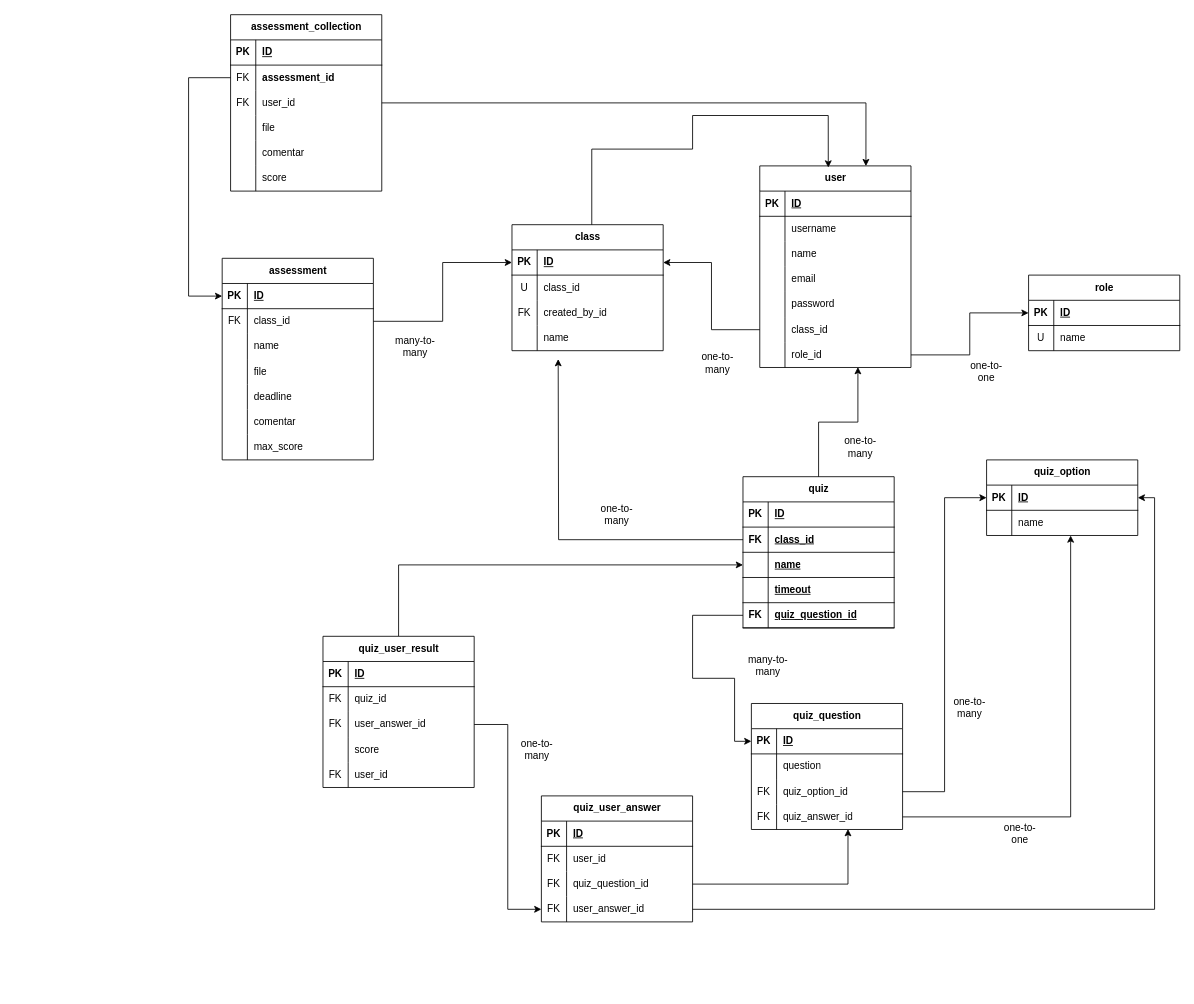
Before: docs/relationship.drawio in alf4ridzi/edukarsa, a draw.io diagram. Source tidied: cells renumbered, new cells numbered last; positions are measured from the earlier drawing's top-left corner, leaving out a move shared by most shapes. Both pictures are drawn from the tidied source at 84%, with x=0, y=0 at pixel (188, 14).
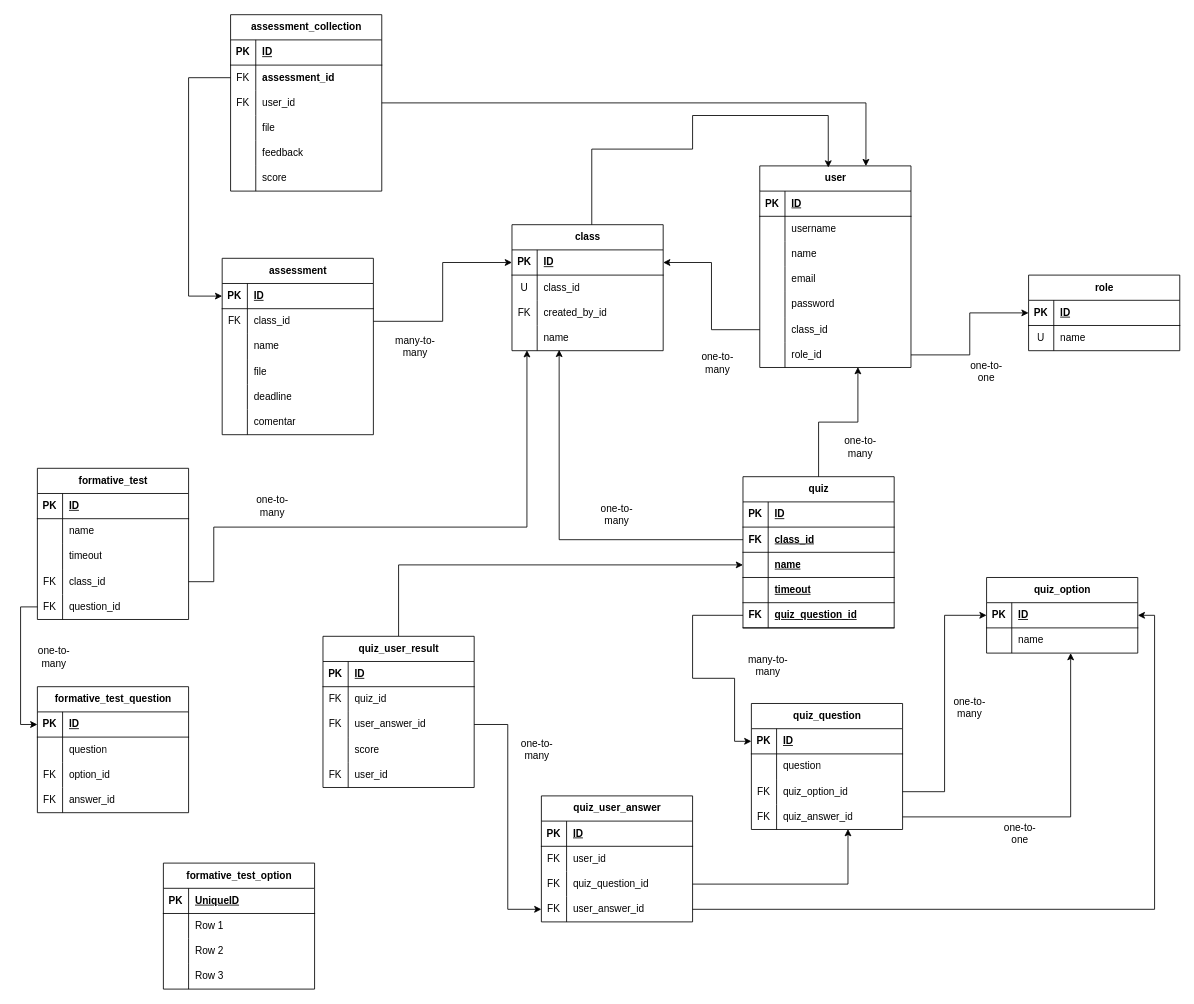
Above is the later version.

Unchanged cells that the change refers to:
```xml
<mxCell id="41" style="shape=tableRow;horizontal=0;startSize=0;swimlaneHead=0;swimlaneBody=0;fillColor=none;points=[[0,0.5],[1,0.5]];portConstraint=eastwest;top=0;left=0;right=0;bottom=0;" parent="31" vertex="1">
  <mxGeometry y="120" width="180" height="30" as="geometry" />
</mxCell>
<mxCell id="78" style="shape=tableRow;horizontal=0;startSize=0;swimlaneHead=0;swimlaneBody=0;fillColor=none;points=[[0,0.5],[1,0.5]];portConstraint=eastwest;top=0;left=0;right=0;bottom=1;" parent="74" vertex="1">
  <mxGeometry y="60" width="180" height="30" as="geometry" />
</mxCell>
<mxCell id="115" style="shape=tableRow;horizontal=0;startSize=0;swimlaneHead=0;swimlaneBody=0;fillColor=none;top=0;left=0;right=0;bottom=0;" parent="102" vertex="1">
  <mxGeometry y="150" width="180" height="30" as="geometry" />
</mxCell>
```

Change to the diagram source:
```diff
@@
     <mxCell id="50" value="assessment" style="shape=table;startSize=30;childLayout=tableLayout;rowLines=0;fontStyle=1;align=center;html=1;" parent="1" vertex="1">
-      <mxGeometry x="40" y="290" width="180" height="240" as="geometry" />
+      <mxGeometry x="40" y="290" width="180" height="210" as="geometry" />
     </mxCell>
@@
-    <mxCell id="69" style="shape=tableRow;horizontal=0;startSize=0;swimlaneHead=0;swimlaneBody=0;fillColor=none;top=0;left=0;right=0;bottom=0;" parent="50" vertex="1">
-      <mxGeometry y="210" width="180" height="30" as="geometry" />
-    </mxCell>
-    <mxCell id="70" style="shape=partialRectangle;fillColor=none;top=0;left=0;bottom=0;right=0;overflow=hidden;whiteSpace=wrap;html=1;" parent="69" vertex="1">
-      <mxGeometry width="30" height="30" as="geometry" />
-    </mxCell>
-    <mxCell id="71" value="max_score" style="shape=partialRectangle;fillColor=none;top=0;left=0;bottom=0;right=0;align=left;spacingLeft=6;overflow=hidden;whiteSpace=wrap;html=1;" parent="69" vertex="1">
-      <mxGeometry x="30" width="150" height="30" as="geometry" />
-    </mxCell>
@@
     <mxCell id="90" value="quiz_option" style="shape=table;startSize=30;childLayout=tableLayout;rowLines=0;fontStyle=1;align=center;html=1;" parent="1" vertex="1">
-      <mxGeometry x="950" y="530" width="180" height="90" as="geometry" />
+      <mxGeometry x="950" y="670" width="180" height="90" as="geometry" />
     </mxCell>
@@
-    <mxCell id="117" value="comentar" style="shape=partialRectangle;fillColor=none;top=0;left=0;bottom=0;right=0;align=left;spacingLeft=6;overflow=hidden;whiteSpace=wrap;html=1;" parent="115" vertex="1">
+    <mxCell id="117" value="feedback" style="shape=partialRectangle;fillColor=none;top=0;left=0;bottom=0;right=0;align=left;spacingLeft=6;overflow=hidden;whiteSpace=wrap;html=1;" parent="115" vertex="1">
       <mxGeometry x="30" width="150" height="30" as="geometry" />
     </mxCell>
@@
-    <mxCell id="136" style="edgeStyle=orthogonalEdgeStyle;rounded=0;jettySize=auto;html=1;" parent="1" edge="1" source="78">
-      <mxGeometry relative="1" as="geometry">
-        <mxPoint x="440" y="410" as="targetPoint" />
-      </mxGeometry>
+    <mxCell id="136" style="edgeStyle=orthogonalEdgeStyle;rounded=0;jettySize=auto;html=1;entryX=0.312;entryY=0.967;entryDx=0;entryDy=0;entryPerimeter=0;" parent="1" edge="1" source="78" target="41">
+      <mxGeometry relative="1" as="geometry" />
     </mxCell>
@@
+    <mxCell id="178" value="formative_test" style="shape=table;startSize=30;childLayout=tableLayout;rowLines=0;fontStyle=1;align=center;html=1;" parent="1" vertex="1">
+      <mxGeometry x="-180" y="540" width="180" height="180" as="geometry" />
+    </mxCell>
+    <mxCell id="179" style="shape=tableRow;horizontal=0;startSize=0;swimlaneHead=0;swimlaneBody=0;fillColor=none;top=0;left=0;right=0;bottom=1;" parent="178" vertex="1">
+      <mxGeometry y="30" width="180" height="30" as="geometry" />
+    </mxCell>
+    <mxCell id="180" value="PK" style="shape=partialRectangle;fillColor=none;top=0;left=0;bottom=0;right=0;fontStyle=1;overflow=hidden;whiteSpace=wrap;html=1;" parent="179" vertex="1">
+      <mxGeometry width="30" height="30" as="geometry" />
+    </mxCell>
+    <mxCell id="181" value="ID" style="shape=partialRectangle;fillColor=none;top=0;left=0;bottom=0;right=0;align=left;spacingLeft=6;fontStyle=5;overflow=hidden;whiteSpace=wrap;html=1;" parent="179" vertex="1">
+      <mxGeometry x="30" width="150" height="30" as="geometry" />
+    </mxCell>
+    <mxCell id="182" style="shape=tableRow;horizontal=0;startSize=0;swimlaneHead=0;swimlaneBody=0;fillColor=none;top=0;left=0;right=0;bottom=0;" parent="178" vertex="1">
+      <mxGeometry y="60" width="180" height="30" as="geometry" />
+    </mxCell>
+    <mxCell id="183" style="shape=partialRectangle;fillColor=none;top=0;left=0;bottom=0;right=0;overflow=hidden;whiteSpace=wrap;html=1;" parent="182" vertex="1">
+      <mxGeometry width="30" height="30" as="geometry" />
+    </mxCell>
+    <mxCell id="184" value="name" style="shape=partialRectangle;fillColor=none;top=0;left=0;bottom=0;right=0;align=left;spacingLeft=6;overflow=hidden;whiteSpace=wrap;html=1;" parent="182" vertex="1">
+      <mxGeometry x="30" width="150" height="30" as="geometry" />
+    </mxCell>
+    <mxCell id="185" style="shape=tableRow;horizontal=0;startSize=0;swimlaneHead=0;swimlaneBody=0;fillColor=none;top=0;left=0;right=0;bottom=0;" parent="178" vertex="1">
+      <mxGeometry y="90" width="180" height="30" as="geometry" />
+    </mxCell>
+    <mxCell id="186" style="shape=partialRectangle;fillColor=none;top=0;left=0;bottom=0;right=0;overflow=hidden;whiteSpace=wrap;html=1;" parent="185" vertex="1">
+      <mxGeometry width="30" height="30" as="geometry" />
+    </mxCell>
+    <mxCell id="187" value="timeout" style="shape=partialRectangle;fillColor=none;top=0;left=0;bottom=0;right=0;align=left;spacingLeft=6;overflow=hidden;whiteSpace=wrap;html=1;" parent="185" vertex="1">
+      <mxGeometry x="30" width="150" height="30" as="geometry" />
+    </mxCell>
+    <mxCell id="188" style="shape=tableRow;horizontal=0;startSize=0;swimlaneHead=0;swimlaneBody=0;fillColor=none;points=[[0,0.5],[1,0.5]];portConstraint=eastwest;top=0;left=0;right=0;bottom=0;" parent="178" vertex="1">
+      <mxGeometry y="120" width="180" height="30" as="geometry" />
+    </mxCell>
+    <mxCell id="189" value="FK" style="shape=partialRectangle;fillColor=none;top=0;left=0;bottom=0;right=0;overflow=hidden;whiteSpace=wrap;html=1;" parent="188" vertex="1">
+      <mxGeometry width="30" height="30" as="geometry" />
+    </mxCell>
+    <mxCell id="190" value="class_id" style="shape=partialRectangle;fillColor=none;top=0;left=0;bottom=0;right=0;align=left;spacingLeft=6;overflow=hidden;whiteSpace=wrap;html=1;" parent="188" vertex="1">
+      <mxGeometry x="30" width="150" height="30" as="geometry" />
+    </mxCell>
+    <mxCell id="191" style="shape=tableRow;horizontal=0;startSize=0;swimlaneHead=0;swimlaneBody=0;fillColor=none;points=[[0,0.5],[1,0.5]];portConstraint=eastwest;top=0;left=0;right=0;bottom=0;" parent="178" vertex="1">
+      <mxGeometry y="150" width="180" height="30" as="geometry" />
+    </mxCell>
+    <mxCell id="192" value="FK" style="shape=partialRectangle;fillColor=none;top=0;left=0;bottom=0;right=0;overflow=hidden;whiteSpace=wrap;html=1;" parent="191" vertex="1">
+      <mxGeometry width="30" height="30" as="geometry" />
+    </mxCell>
+    <mxCell id="193" value="question_id" style="shape=partialRectangle;fillColor=none;top=0;left=0;bottom=0;right=0;align=left;spacingLeft=6;overflow=hidden;whiteSpace=wrap;html=1;" parent="191" vertex="1">
+      <mxGeometry x="30" width="150" height="30" as="geometry" />
+    </mxCell>
+    <mxCell id="194" style="edgeStyle=orthogonalEdgeStyle;rounded=0;jettySize=auto;html=1;entryX=0.099;entryY=0.981;entryDx=0;entryDy=0;entryPerimeter=0;" parent="1" edge="1" source="188" target="41">
+      <mxGeometry relative="1" as="geometry">
+        <Array as="points">
+          <mxPoint x="30" y="610" />
+          <mxPoint x="403" y="610" />
+        </Array>
+      </mxGeometry>
+    </mxCell>
+    <mxCell id="195" value="one-to-many" style="text;html=1;whiteSpace=wrap;strokeColor=none;fillColor=none;align=center;verticalAlign=middle;rounded=0;" parent="1" vertex="1">
+      <mxGeometry x="70" y="570" width="60" height="30" as="geometry" />
+    </mxCell>
+    <mxCell id="196" value="formative_test_question" style="shape=table;startSize=30;childLayout=tableLayout;rowLines=0;fontStyle=1;align=center;html=1;" parent="1" vertex="1">
+      <mxGeometry x="-180" y="800" width="180" height="150" as="geometry" />
+    </mxCell>
+    <mxCell id="197" style="shape=tableRow;horizontal=0;startSize=0;swimlaneHead=0;swimlaneBody=0;fillColor=none;points=[[0,0.5],[1,0.5]];portConstraint=eastwest;top=0;left=0;right=0;bottom=1;" parent="196" vertex="1">
+      <mxGeometry y="30" width="180" height="30" as="geometry" />
+    </mxCell>
+    <mxCell id="198" value="PK" style="shape=partialRectangle;fillColor=none;top=0;left=0;bottom=0;right=0;fontStyle=1;overflow=hidden;whiteSpace=wrap;html=1;" parent="197" vertex="1">
+      <mxGeometry width="30" height="30" as="geometry" />
+    </mxCell>
+    <mxCell id="199" value="ID" style="shape=partialRectangle;fillColor=none;top=0;left=0;bottom=0;right=0;align=left;spacingLeft=6;fontStyle=5;overflow=hidden;whiteSpace=wrap;html=1;" parent="197" vertex="1">
+      <mxGeometry x="30" width="150" height="30" as="geometry" />
+    </mxCell>
+    <mxCell id="200" style="shape=tableRow;horizontal=0;startSize=0;swimlaneHead=0;swimlaneBody=0;fillColor=none;top=0;left=0;right=0;bottom=0;" parent="196" vertex="1">
+      <mxGeometry y="60" width="180" height="30" as="geometry" />
+    </mxCell>
+    <mxCell id="201" style="shape=partialRectangle;fillColor=none;top=0;left=0;bottom=0;right=0;overflow=hidden;whiteSpace=wrap;html=1;" parent="200" vertex="1">
+      <mxGeometry width="30" height="30" as="geometry" />
+    </mxCell>
+    <mxCell id="202" value="question" style="shape=partialRectangle;fillColor=none;top=0;left=0;bottom=0;right=0;align=left;spacingLeft=6;overflow=hidden;whiteSpace=wrap;html=1;" parent="200" vertex="1">
+      <mxGeometry x="30" width="150" height="30" as="geometry" />
+    </mxCell>
+    <mxCell id="203" style="shape=tableRow;horizontal=0;startSize=0;swimlaneHead=0;swimlaneBody=0;fillColor=none;top=0;left=0;right=0;bottom=0;" parent="196" vertex="1">
+      <mxGeometry y="90" width="180" height="30" as="geometry" />
+    </mxCell>
+    <mxCell id="204" value="FK" style="shape=partialRectangle;fillColor=none;top=0;left=0;bottom=0;right=0;overflow=hidden;whiteSpace=wrap;html=1;" parent="203" vertex="1">
+      <mxGeometry width="30" height="30" as="geometry" />
+    </mxCell>
+    <mxCell id="205" value="option_id" style="shape=partialRectangle;fillColor=none;top=0;left=0;bottom=0;right=0;align=left;spacingLeft=6;overflow=hidden;whiteSpace=wrap;html=1;" parent="203" vertex="1">
+      <mxGeometry x="30" width="150" height="30" as="geometry" />
+    </mxCell>
+    <mxCell id="206" style="shape=tableRow;horizontal=0;startSize=0;swimlaneHead=0;swimlaneBody=0;fillColor=none;top=0;left=0;right=0;bottom=0;" parent="196" vertex="1">
+      <mxGeometry y="120" width="180" height="30" as="geometry" />
+    </mxCell>
+    <mxCell id="207" value="FK" style="shape=partialRectangle;fillColor=none;top=0;left=0;bottom=0;right=0;overflow=hidden;whiteSpace=wrap;html=1;" parent="206" vertex="1">
+      <mxGeometry width="30" height="30" as="geometry" />
+    </mxCell>
+    <mxCell id="208" value="answer_id" style="shape=partialRectangle;fillColor=none;top=0;left=0;bottom=0;right=0;align=left;spacingLeft=6;overflow=hidden;whiteSpace=wrap;html=1;" parent="206" vertex="1">
+      <mxGeometry x="30" width="150" height="30" as="geometry" />
+    </mxCell>
+    <mxCell id="209" style="edgeStyle=orthogonalEdgeStyle;rounded=0;jettySize=auto;html=1;entryX=0;entryY=0.5;entryDx=0;entryDy=0;" parent="1" edge="1" source="191" target="197">
+      <mxGeometry relative="1" as="geometry" />
+    </mxCell>
+    <mxCell id="210" value="one-to-many" style="text;html=1;whiteSpace=wrap;strokeColor=none;fillColor=none;align=center;verticalAlign=middle;rounded=0;" parent="1" vertex="1">
+      <mxGeometry x="-190" y="750" width="60" height="30" as="geometry" />
+    </mxCell>
+    <mxCell id="211" value="formative_test_option" style="shape=table;startSize=30;childLayout=tableLayout;rowLines=0;fontStyle=1;align=center;html=1;" parent="1" vertex="1">
+      <mxGeometry x="-30" y="1010" width="180" height="150" as="geometry" />
+    </mxCell>
+    <mxCell id="212" style="shape=tableRow;horizontal=0;startSize=0;swimlaneHead=0;swimlaneBody=0;fillColor=none;top=0;left=0;right=0;bottom=1;" parent="211" vertex="1">
+      <mxGeometry y="30" width="180" height="30" as="geometry" />
+    </mxCell>
+    <mxCell id="213" value="PK" style="shape=partialRectangle;fillColor=none;top=0;left=0;bottom=0;right=0;fontStyle=1;overflow=hidden;whiteSpace=wrap;html=1;" parent="212" vertex="1">
+      <mxGeometry width="30" height="30" as="geometry" />
+    </mxCell>
+    <mxCell id="214" value="UniqueID" style="shape=partialRectangle;fillColor=none;top=0;left=0;bottom=0;right=0;align=left;spacingLeft=6;fontStyle=5;overflow=hidden;whiteSpace=wrap;html=1;" parent="212" vertex="1">
+      <mxGeometry x="30" width="150" height="30" as="geometry" />
+    </mxCell>
+    <mxCell id="215" style="shape=tableRow;horizontal=0;startSize=0;swimlaneHead=0;swimlaneBody=0;fillColor=none;top=0;left=0;right=0;bottom=0;" parent="211" vertex="1">
+      <mxGeometry y="60" width="180" height="30" as="geometry" />
+    </mxCell>
+    <mxCell id="216" style="shape=partialRectangle;fillColor=none;top=0;left=0;bottom=0;right=0;overflow=hidden;whiteSpace=wrap;html=1;" parent="215" vertex="1">
+      <mxGeometry width="30" height="30" as="geometry" />
+    </mxCell>
+    <mxCell id="217" value="Row 1" style="shape=partialRectangle;fillColor=none;top=0;left=0;bottom=0;right=0;align=left;spacingLeft=6;overflow=hidden;whiteSpace=wrap;html=1;" parent="215" vertex="1">
+      <mxGeometry x="30" width="150" height="30" as="geometry" />
+    </mxCell>
+    <mxCell id="218" style="shape=tableRow;horizontal=0;startSize=0;swimlaneHead=0;swimlaneBody=0;fillColor=none;top=0;left=0;right=0;bottom=0;" parent="211" vertex="1">
+      <mxGeometry y="90" width="180" height="30" as="geometry" />
+    </mxCell>
+    <mxCell id="219" style="shape=partialRectangle;fillColor=none;top=0;left=0;bottom=0;right=0;overflow=hidden;whiteSpace=wrap;html=1;" parent="218" vertex="1">
+      <mxGeometry width="30" height="30" as="geometry" />
+    </mxCell>
+    <mxCell id="220" value="Row 2" style="shape=partialRectangle;fillColor=none;top=0;left=0;bottom=0;right=0;align=left;spacingLeft=6;overflow=hidden;whiteSpace=wrap;html=1;" parent="218" vertex="1">
+      <mxGeometry x="30" width="150" height="30" as="geometry" />
+    </mxCell>
+    <mxCell id="221" style="shape=tableRow;horizontal=0;startSize=0;swimlaneHead=0;swimlaneBody=0;fillColor=none;top=0;left=0;right=0;bottom=0;" parent="211" vertex="1">
+      <mxGeometry y="120" width="180" height="30" as="geometry" />
+    </mxCell>
+    <mxCell id="222" style="shape=partialRectangle;fillColor=none;top=0;left=0;bottom=0;right=0;overflow=hidden;whiteSpace=wrap;html=1;" parent="221" vertex="1">
+      <mxGeometry width="30" height="30" as="geometry" />
+    </mxCell>
+    <mxCell id="223" value="Row 3" style="shape=partialRectangle;fillColor=none;top=0;left=0;bottom=0;right=0;align=left;spacingLeft=6;overflow=hidden;whiteSpace=wrap;html=1;" parent="221" vertex="1">
+      <mxGeometry x="30" width="150" height="30" as="geometry" />
+    </mxCell>
```
